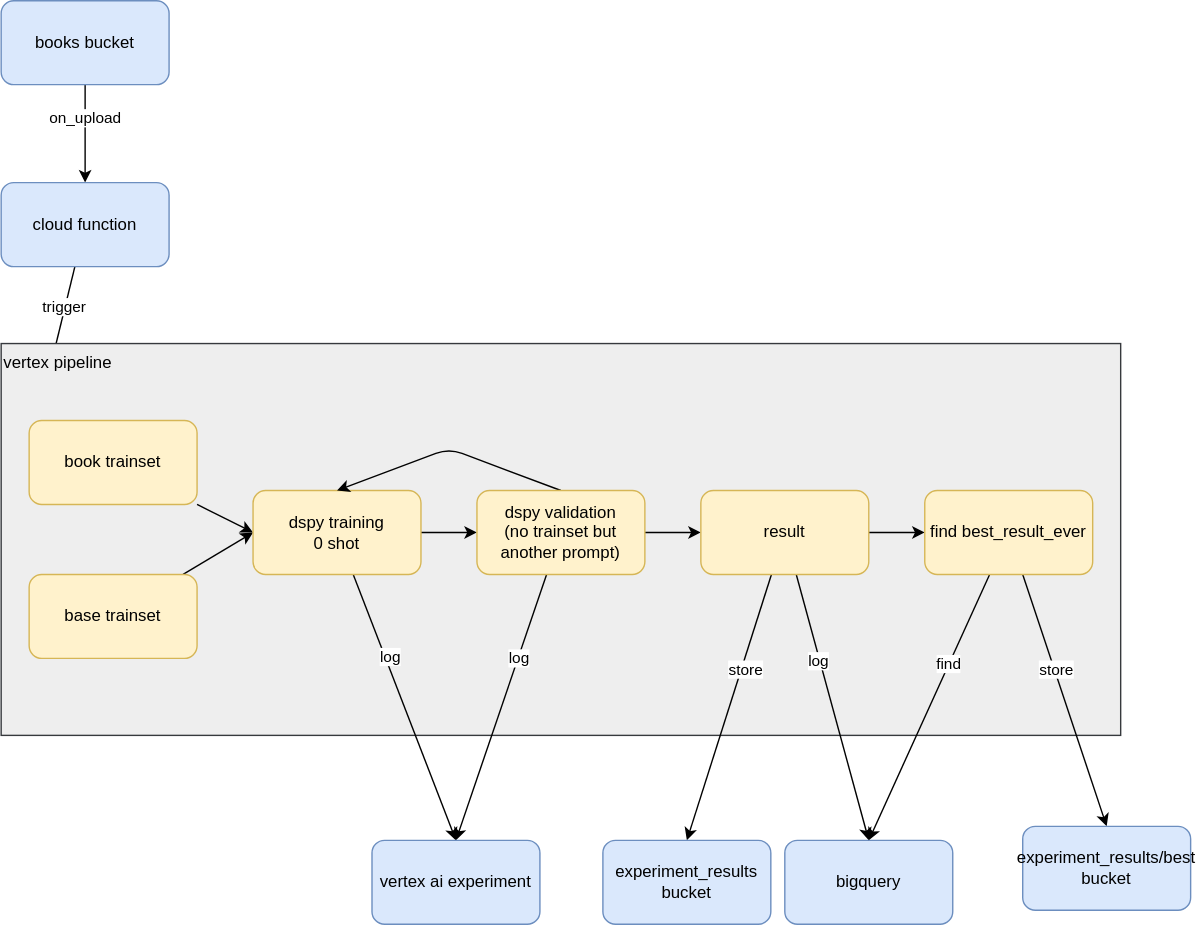
This is diagram.drawio.svg from cubbK/ereader-easy-swedish-vertex, a draw.io export, as it was before one commit. Source tidied: cells renumbered, new cells last; positions are measured from the earlier drawing's top-left corner, leaving out a move shared by most shapes.
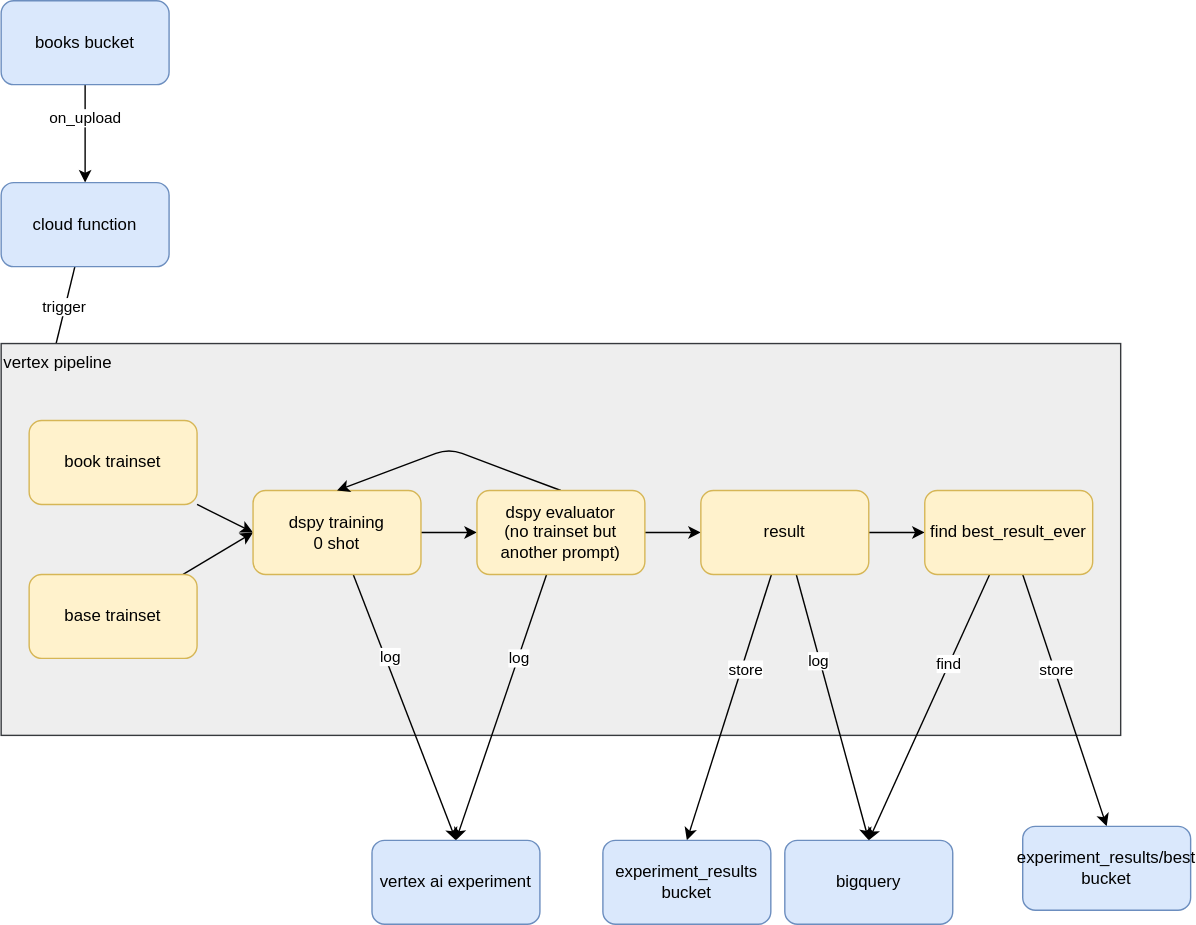
After the commit.

Commit message:
update graph word evaluator

Change to the diagram source:
```diff
@@ -65,7 +65,7 @@
     <mxCell id="20" value="log" style="edgeLabel;html=1;align=center;verticalAlign=middle;" parent="19" vertex="1">
       <mxGeometry x="-0.38" relative="1" as="geometry" />
     </mxCell>
-    <mxCell id="21" value="dspy validation&lt;div&gt;(no trainset but another prompt)&lt;/div&gt;" style="rounded=1;whiteSpace=wrap;html=1;fillColor=#fff2cc;strokeColor=#d6b656;" parent="1" vertex="1">
+    <mxCell id="21" value="dspy evaluator&lt;div&gt;(no trainset but another prompt)&lt;/div&gt;" style="rounded=1;whiteSpace=wrap;html=1;fillColor=#fff2cc;strokeColor=#d6b656;" parent="1" vertex="1">
       <mxGeometry x="340" y="350" width="120" height="60" as="geometry" />
     </mxCell>
     <mxCell id="22" style="edgeStyle=none;html=1;entryX=0.5;entryY=0;entryDx=0;entryDy=0;" parent="1" edge="1" source="27" target="28">
```
